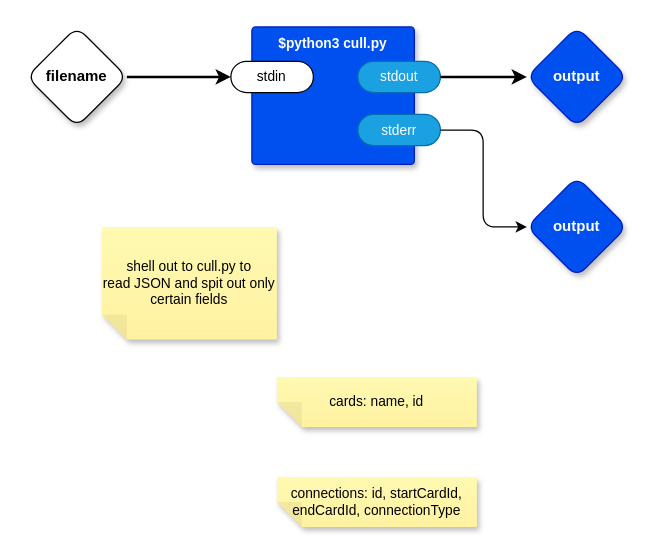
guitarvydas/kinopio2md keeps this draw.io diagram as page "Extract Semantic Information" (2 of 6) of top.drawio. Above is the earlier version. Source tidied: cells renumbered, new cells numbered last; positions are measured from the earlier drawing's top-left corner, leaving out a move shared by most shapes. Both pictures are drawn from the tidied source at 125%, with x=0, y=0 at pixel (26, 26).
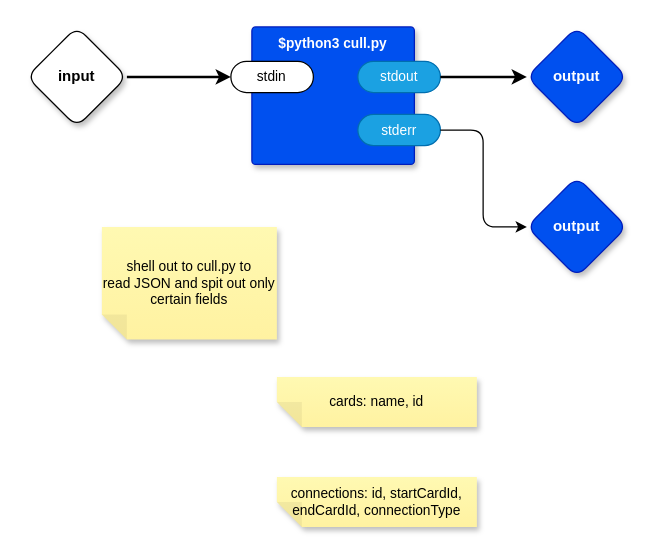
After the change.

Commit message (it also covers changes not shown here):
zzz input - input name mismatch - needs better debug info

What changed in the source:
```diff
@@
 <mxGraphModel>
   <root>
     <mxCell id="0" />
     <mxCell id="1" parent="0" />
     <mxCell id="2" style="edgeStyle=orthogonalEdgeStyle;shape=connector;rounded=1;jettySize=auto;html=1;exitX=1;exitY=0.5;exitDx=0;exitDy=0;exitPerimeter=0;entryX=0;entryY=0.5;entryDx=0;entryDy=0;entryPerimeter=0;labelBackgroundColor=default;strokeColor=default;fontFamily=Helvetica;fontSize=11;fontColor=default;endArrow=classic;strokeWidth=2;" parent="1" edge="1" source="3" target="6">
       <mxGeometry x="-0.04" relative="1" as="geometry" />
     </mxCell>
-    <mxCell id="3" value="filename" style="rhombus;whiteSpace=wrap;html=1;rounded=1;fontStyle=1;glass=0;sketch=0;fontSize=12;points=[[0,0.5,0,0,0],[0.5,0,0,0,0],[0.5,1,0,0,0],[1,0.5,0,0,0]];shadow=1;fontFamily=Helvetica;fontColor=default;" parent="1" vertex="1">
+    <mxCell id="3" value="input" style="rhombus;whiteSpace=wrap;html=1;rounded=1;fontStyle=1;glass=0;sketch=0;fontSize=12;points=[[0,0.5,0,0,0],[0.5,0,0,0,0],[0.5,1,0,0,0],[1,0.5,0,0,0]];shadow=1;fontFamily=Helvetica;fontColor=default;" parent="1" vertex="1">
       <mxGeometry width="80" height="80" as="geometry" />
     </mxCell>
     <mxCell id="4" value="output" style="rhombus;whiteSpace=wrap;html=1;rounded=1;fillColor=#0050ef;fontColor=#ffffff;strokeColor=#001DBC;fontStyle=1;glass=0;sketch=0;fontSize=12;points=[[0,0.5,0,0,0],[0.5,0,0,0,0],[0.5,1,0,0,0],[1,0.5,0,0,0]];shadow=1;fontFamily=Helvetica;" parent="1" vertex="1">
       <mxGeometry x="400" width="80" height="80" as="geometry" />
     </mxCell>
     <mxCell id="5" value="$python3 cull.py" style="rounded=1;whiteSpace=wrap;html=1;sketch=0;verticalAlign=top;arcSize=6;fontStyle=1;absoluteArcSize=1;shadow=1;strokeColor=#001DBC;fillColor=#0050ef;fontColor=#ffffff;fontFamily=Helvetica;fontSize=11;" parent="1" vertex="1">
       <mxGeometry x="180" width="130" height="110" as="geometry" />
     </mxCell>
     <mxCell id="6" value="stdin" style="rounded=1;whiteSpace=wrap;html=1;sketch=0;points=[[0,0.5,0,0,0],[1,0.5,0,0,0]];arcSize=50;fontFamily=Helvetica;fontSize=11;fontColor=default;" parent="5" vertex="1">
       <mxGeometry x="-16.8" y="27.5" width="66" height="25" as="geometry" />
     </mxCell>
     <mxCell id="7" value="stdout" style="rounded=1;whiteSpace=wrap;html=1;sketch=0;points=[[0,0.5,0,0,0],[1,0.5,0,0,0]];fillColor=#1ba1e2;fontColor=#ffffff;strokeColor=#006EAF;arcSize=50;fontFamily=Helvetica;fontSize=11;" parent="5" vertex="1">
       <mxGeometry x="84.8" y="27.5" width="66" height="25" as="geometry" />
     </mxCell>
     <mxCell id="8" value="stderr" style="rounded=1;whiteSpace=wrap;html=1;sketch=0;points=[[0,0.5,0,0,0],[1,0.5,0,0,0]];fillColor=#1ba1e2;fontColor=#ffffff;strokeColor=#006EAF;arcSize=50;fontFamily=Helvetica;fontSize=11;" parent="5" vertex="1">
       <mxGeometry x="84.8" y="70" width="66" height="25" as="geometry" />
     </mxCell>
     <mxCell id="9" value="output" style="rhombus;whiteSpace=wrap;html=1;rounded=1;fillColor=#0050ef;fontColor=#ffffff;strokeColor=#001DBC;fontStyle=1;glass=0;sketch=0;fontSize=12;points=[[0,0.5,0,0,0],[0.5,0,0,0,0],[0.5,1,0,0,0],[1,0.5,0,0,0]];shadow=1;fontFamily=Helvetica;" parent="1" vertex="1">
       <mxGeometry x="400" y="120" width="80" height="80" as="geometry" />
     </mxCell>
     <mxCell id="10" style="edgeStyle=orthogonalEdgeStyle;shape=connector;rounded=1;jettySize=auto;html=1;exitX=1;exitY=0.5;exitDx=0;exitDy=0;exitPerimeter=0;entryX=0;entryY=0.5;entryDx=0;entryDy=0;entryPerimeter=0;labelBackgroundColor=default;strokeColor=default;fontFamily=Helvetica;fontSize=11;fontColor=default;endArrow=classic;" parent="1" edge="1" source="8" target="9">
       <mxGeometry relative="1" as="geometry">
         <Array as="points">
           <mxPoint x="365" y="83" />
           <mxPoint x="365" y="160" />
         </Array>
       </mxGeometry>
     </mxCell>
     <mxCell id="11" value="shell out to cull.py to&lt;br&gt;read JSON and spit out only certain fields" style="shape=note;whiteSpace=wrap;html=1;backgroundOutline=1;fontColor=#000000;darkOpacity=0.05;fillColor=#FFF9B2;strokeColor=none;fillStyle=solid;direction=west;gradientDirection=north;gradientColor=#FFF2A1;shadow=1;size=20;fontFamily=Helvetica;fontSize=11;" parent="1" vertex="1">
       <mxGeometry x="60" y="160" width="140" height="90" as="geometry" />
     </mxCell>
     <mxCell id="12" value="cards: name, id" style="shape=note;whiteSpace=wrap;html=1;backgroundOutline=1;fontColor=#000000;darkOpacity=0.05;fillColor=#FFF9B2;strokeColor=none;fillStyle=solid;direction=west;gradientDirection=north;gradientColor=#FFF2A1;shadow=1;size=20;fontFamily=Helvetica;fontSize=11;" parent="1" vertex="1">
       <mxGeometry x="200" y="280" width="160" height="40" as="geometry" />
     </mxCell>
     <mxCell id="13" value="connections: id, startCardId, endCardId, connectionType" style="shape=note;whiteSpace=wrap;html=1;backgroundOutline=1;fontColor=#000000;darkOpacity=0.05;fillColor=#FFF9B2;strokeColor=none;fillStyle=solid;direction=west;gradientDirection=north;gradientColor=#FFF2A1;shadow=1;size=20;fontFamily=Helvetica;fontSize=11;" parent="1" vertex="1">
       <mxGeometry x="200" y="360" width="160" height="40" as="geometry" />
     </mxCell>
     <mxCell id="14" style="edgeStyle=orthogonalEdgeStyle;shape=connector;rounded=1;jettySize=auto;html=1;exitX=1;exitY=0.5;exitDx=0;exitDy=0;exitPerimeter=0;entryX=0;entryY=0.5;entryDx=0;entryDy=0;entryPerimeter=0;labelBackgroundColor=default;strokeColor=default;fontFamily=Helvetica;fontSize=11;fontColor=default;endArrow=classic;strokeWidth=2;" parent="1" edge="1" source="7" target="4">
       <mxGeometry x="0.01" relative="1" as="geometry">
         <Array as="points">
           <mxPoint x="370" y="40" />
           <mxPoint x="370" y="40" />
         </Array>
       </mxGeometry>
     </mxCell>
   </root>
 </mxGraphModel>
```
